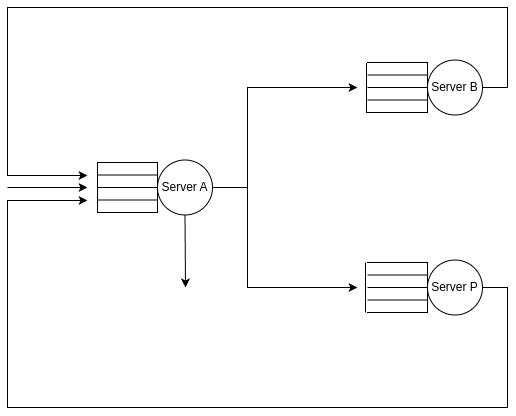
Before: docs/figs/webapp_conceptual.drawio.png, a diagram exported from draw.io (Torkin1/webapp-workflow-pa). Source tidied: cells renumbered, new cells last; positions are measured from the earlier drawing's top-left corner, leaving out a move shared by most shapes.
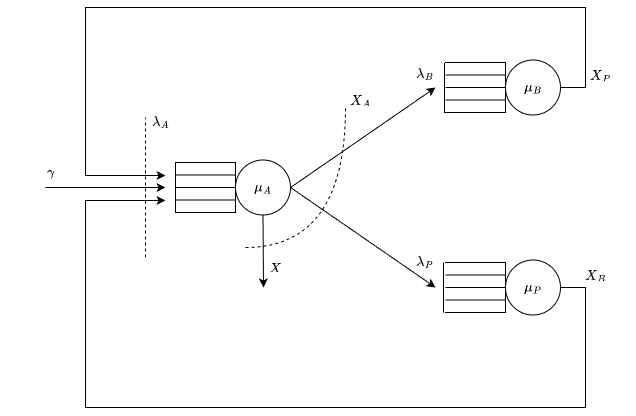
Above is the later version.

Diff of the diagram source:
```diff
@@ -1,4 +1,4 @@
-<mxGraphModel background="#ffffff">
+<mxGraphModel background="#ffffff" math="1">
   <root>
     <mxCell id="0" />
     <mxCell id="1" parent="0" />
@@ -14,12 +14,12 @@
     <mxCell id="5" style="endArrow=none;html=1;rounded=0;exitX=0.25;exitY=0;exitDx=0;exitDy=0;entryX=0.25;entryY=1;entryDx=0;entryDy=0;" parent="1" edge="1" source="2" target="2">
       <mxGeometry relative="1" as="geometry" />
     </mxCell>
-    <mxCell id="6" value="Server A" style="ellipse;whiteSpace=wrap;html=1;" parent="1" vertex="1">
+    <mxCell id="6" value="$$\mu_A$$" style="ellipse;whiteSpace=wrap;html=1;" parent="1" vertex="1">
       <mxGeometry x="150" y="152.5" width="55" height="55" as="geometry" />
     </mxCell>
     <mxCell id="7" style="endArrow=classic;html=1;rounded=0;" parent="1" edge="1">
       <mxGeometry relative="1" as="geometry">
-        <mxPoint y="180" as="sourcePoint" />
+        <mxPoint x="-40" y="180" as="sourcePoint" />
         <mxPoint x="80" y="180" as="targetPoint" />
       </mxGeometry>
     </mxCell>
@@ -35,7 +35,7 @@
     <mxCell id="11" style="endArrow=none;html=1;rounded=0;exitX=0.25;exitY=0;exitDx=0;exitDy=0;entryX=0.25;entryY=1;entryDx=0;entryDy=0;" parent="1" edge="1" source="8" target="8">
       <mxGeometry relative="1" as="geometry" />
     </mxCell>
-    <mxCell id="12" value="Server B" style="ellipse;whiteSpace=wrap;html=1;" parent="1" vertex="1">
+    <mxCell id="12" value="$$\mu_B$$" style="ellipse;whiteSpace=wrap;html=1;" parent="1" vertex="1">
       <mxGeometry x="420" y="52.5" width="55" height="55" as="geometry" />
     </mxCell>
     <mxCell id="13" style="shape=partialRectangle;whiteSpace=wrap;html=1;bottom=1;right=1;left=1;top=0;fillColor=none;routingCenterX=-0.5;rotation=-90;" parent="1" vertex="1">
@@ -50,28 +50,18 @@
     <mxCell id="16" style="endArrow=none;html=1;rounded=0;exitX=0.25;exitY=0;exitDx=0;exitDy=0;entryX=0.25;entryY=1;entryDx=0;entryDy=0;" parent="1" edge="1" source="13" target="13">
       <mxGeometry relative="1" as="geometry" />
     </mxCell>
-    <mxCell id="17" value="Server P" style="ellipse;whiteSpace=wrap;html=1;" parent="1" vertex="1">
+    <mxCell id="17" value="$$\mu_P$$" style="ellipse;whiteSpace=wrap;html=1;" parent="1" vertex="1">
       <mxGeometry x="420" y="252.5" width="55" height="55" as="geometry" />
     </mxCell>
-    <mxCell id="18" style="endArrow=classic;html=1;rounded=0;exitX=1;exitY=0.5;exitDx=0;exitDy=0;edgeStyle=orthogonalEdgeStyle;" parent="1" edge="1" source="6">
+    <mxCell id="18" style="endArrow=classic;html=1;rounded=0;exitX=1;exitY=0.5;exitDx=0;exitDy=0;" parent="1" edge="1" source="6">
       <mxGeometry relative="1" as="geometry">
         <mxPoint x="350" y="80" as="targetPoint" />
-        <Array as="points">
-          <mxPoint x="240" y="180" />
-          <mxPoint x="240" y="80" />
-          <mxPoint x="345" y="80" />
-        </Array>
       </mxGeometry>
     </mxCell>
-    <mxCell id="19" style="endArrow=classic;html=1;rounded=0;exitX=1;exitY=0.5;exitDx=0;exitDy=0;edgeStyle=orthogonalEdgeStyle;" parent="1" edge="1">
+    <mxCell id="19" style="endArrow=classic;html=1;rounded=0;exitX=1;exitY=0.5;exitDx=0;exitDy=0;" parent="1" edge="1">
       <mxGeometry relative="1" as="geometry">
         <mxPoint x="205" y="180" as="sourcePoint" />
         <mxPoint x="350" y="280" as="targetPoint" />
-        <Array as="points">
-          <mxPoint x="240" y="180" />
-          <mxPoint x="240" y="280" />
-          <mxPoint x="345" y="280" />
-        </Array>
       </mxGeometry>
     </mxCell>
     <mxCell id="20" style="endArrow=classic;html=1;rounded=0;exitX=1;exitY=0.5;exitDx=0;exitDy=0;edgeStyle=orthogonalEdgeStyle;" parent="1" edge="1" source="12">
@@ -116,5 +106,41 @@
         <mxPoint x="358" y="255" as="targetPoint" />
       </mxGeometry>
     </mxCell>
+    <mxCell id="26" value="$$ \gamma $$" style="text;html=1;align=center;verticalAlign=middle;strokeColor=none;fillColor=none;" parent="1" vertex="1">
+      <mxGeometry x="-85" y="150" width="100" height="30" as="geometry" />
+    </mxCell>
+    <mxCell id="27" value="$$X_B$$" style="text;html=1;align=center;verticalAlign=middle;strokeColor=none;fillColor=none;" parent="1" vertex="1">
+      <mxGeometry x="475" y="252.5" width="70" height="30" as="geometry" />
+    </mxCell>
+    <mxCell id="28" value="$$X_P$$" style="text;html=1;align=center;verticalAlign=middle;strokeColor=none;fillColor=none;" parent="1" vertex="1">
+      <mxGeometry x="480" y="52.5" width="70" height="30" as="geometry" />
+    </mxCell>
+    <mxCell id="29" value="$$\lambda_A$$" style="text;html=1;align=center;verticalAlign=middle;strokeColor=none;fillColor=none;" parent="1" vertex="1">
+      <mxGeometry x="20" y="100" width="110" height="30" as="geometry" />
+    </mxCell>
+    <mxCell id="30" style="endArrow=none;dashed=1;html=1;" parent="1" edge="1">
+      <mxGeometry relative="1" as="geometry">
+        <mxPoint x="60" y="250" as="sourcePoint" />
+        <mxPoint x="60" y="110" as="targetPoint" />
+      </mxGeometry>
+    </mxCell>
+    <mxCell id="31" style="endArrow=none;dashed=1;html=1;edgeStyle=orthogonalEdgeStyle;curved=1;" parent="1" edge="1">
+      <mxGeometry relative="1" as="geometry">
+        <mxPoint x="160" y="240" as="sourcePoint" />
+        <mxPoint x="260" y="100" as="targetPoint" />
+      </mxGeometry>
+    </mxCell>
+    <mxCell id="32" value="$$X_A$$" style="text;html=1;align=center;verticalAlign=middle;strokeColor=none;fillColor=none;" parent="1" vertex="1">
+      <mxGeometry x="240" y="77.5" width="70" height="30" as="geometry" />
+    </mxCell>
+    <mxCell id="33" value="$$\lambda_P$$" style="text;html=1;align=center;verticalAlign=middle;strokeColor=none;fillColor=none;" parent="1" vertex="1">
+      <mxGeometry x="284" y="240" width="110" height="30" as="geometry" />
+    </mxCell>
+    <mxCell id="34" value="$$\lambda_B$$" style="text;html=1;align=center;verticalAlign=middle;strokeColor=none;fillColor=none;" parent="1" vertex="1">
+      <mxGeometry x="284" y="52" width="110" height="30" as="geometry" />
+    </mxCell>
+    <mxCell id="35" value="$$X$$" style="text;html=1;align=center;verticalAlign=middle;strokeColor=none;fillColor=none;" parent="1" vertex="1">
+      <mxGeometry x="160" y="246" width="60" height="30" as="geometry" />
+    </mxCell>
   </root>
 </mxGraphModel>
```
